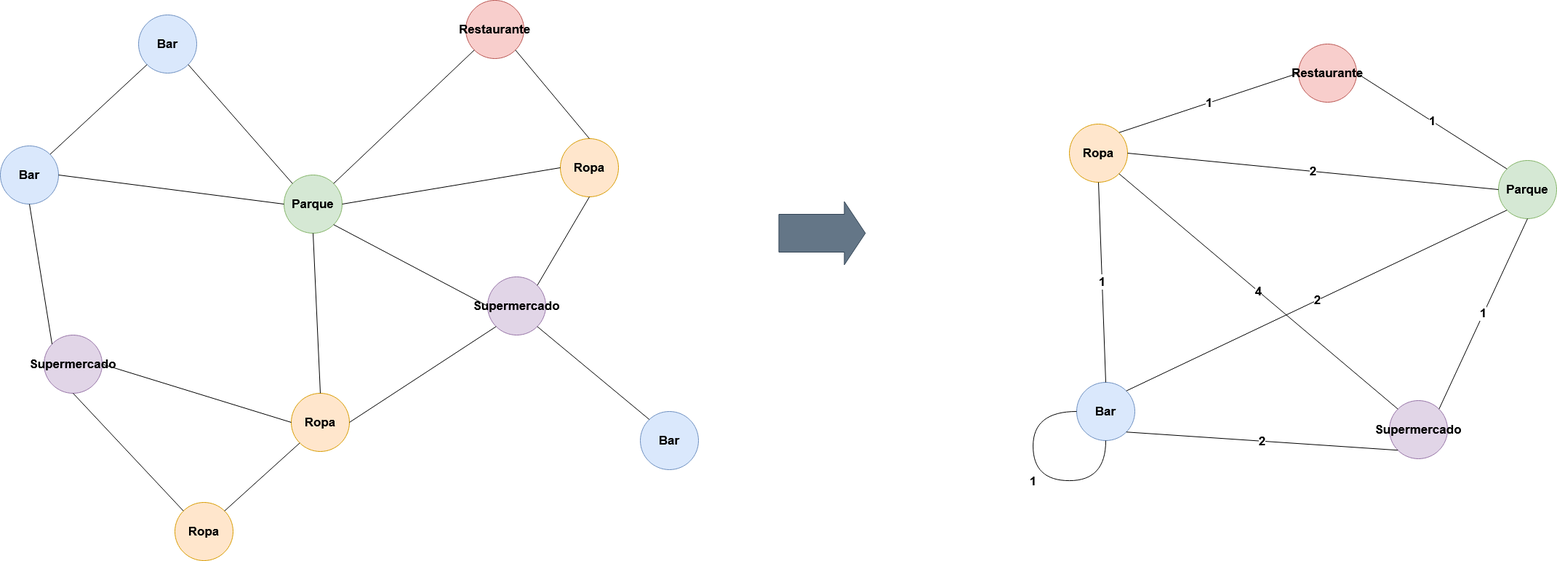
Before: memoria/img/CategoryNetwork.png, a diagram exported from draw.io (mariohu2001/TFG-Urban-Street-Mapping-Transfer). Source tidied: cells renumbered, new cells last; positions are measured from the earlier drawing's top-left corner, leaving out a move shared by most shapes.
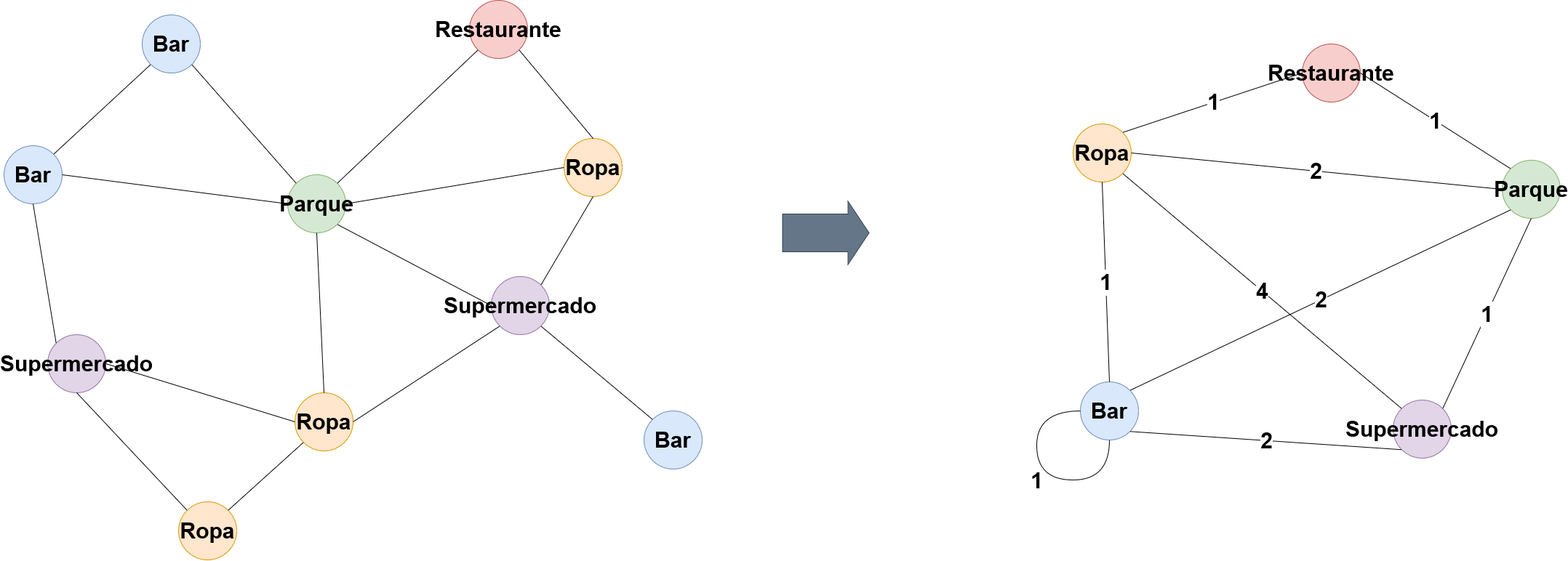
After the commit.

What changed in the source:
```diff
@@ -2,127 +2,127 @@
   <root>
     <mxCell id="0" />
     <mxCell id="1" parent="0" />
-    <mxCell id="2" style="shape=flexArrow;endArrow=classic;html=1;rounded=0;strokeWidth=1;arcSize=20;endSize=9.33;startSize=12;endWidth=34;width=52;fillColor=#647687;strokeColor=#314354;" parent="1" edge="1">
+    <mxCell id="2" style="shape=flexArrow;endArrow=classic;html=1;rounded=0;strokeWidth=1;arcSize=20;endSize=9.33;startSize=12;endWidth=34;width=52;fillColor=#647687;strokeColor=#314354;fontSize=30;" parent="1" edge="1">
       <mxGeometry relative="1" as="geometry">
         <mxPoint x="1070" y="320" as="sourcePoint" />
         <mxPoint x="1190" y="320" as="targetPoint" />
       </mxGeometry>
     </mxCell>
-    <mxCell id="3" value="Bar" style="ellipse;whiteSpace=wrap;html=1;fillColor=#dae8fc;strokeColor=#6c8ebf;fontStyle=1;fontSize=17;" parent="1" vertex="1">
+    <mxCell id="3" value="Bar" style="ellipse;whiteSpace=wrap;html=1;fillColor=#dae8fc;strokeColor=#6c8ebf;fontStyle=1;fontSize=30;" parent="1" vertex="1">
       <mxGeometry x="190" y="20" width="80" height="80" as="geometry" />
     </mxCell>
-    <mxCell id="4" style="rounded=0;jettySize=auto;html=1;exitX=1;exitY=0;exitDx=0;exitDy=0;entryX=0;entryY=1;entryDx=0;entryDy=0;endArrow=none;endFill=0;fontSize=17;fontStyle=1;" parent="1" edge="1" source="5" target="3">
+    <mxCell id="4" style="rounded=0;jettySize=auto;html=1;exitX=1;exitY=0;exitDx=0;exitDy=0;entryX=0;entryY=1;entryDx=0;entryDy=0;endArrow=none;endFill=0;fontSize=30;fontStyle=1;" parent="1" edge="1" source="5" target="3">
       <mxGeometry relative="1" as="geometry" />
     </mxCell>
-    <mxCell id="5" value="Bar" style="ellipse;whiteSpace=wrap;html=1;fillColor=#dae8fc;strokeColor=#6c8ebf;fontStyle=1;fontSize=17;" parent="1" vertex="1">
+    <mxCell id="5" value="Bar" style="ellipse;whiteSpace=wrap;html=1;fillColor=#dae8fc;strokeColor=#6c8ebf;fontStyle=1;fontSize=30;" parent="1" vertex="1">
       <mxGeometry y="200" width="80" height="80" as="geometry" />
     </mxCell>
-    <mxCell id="6" value="Supermercado" style="ellipse;whiteSpace=wrap;html=1;fillColor=#e1d5e7;strokeColor=#9673a6;fontStyle=1;fontSize=17;" parent="1" vertex="1">
+    <mxCell id="6" value="Supermercado" style="ellipse;whiteSpace=wrap;html=1;fillColor=#e1d5e7;strokeColor=#9673a6;fontStyle=1;fontSize=30;" parent="1" vertex="1">
       <mxGeometry x="60" y="460" width="80" height="80" as="geometry" />
     </mxCell>
-    <mxCell id="7" value="Ropa" style="ellipse;whiteSpace=wrap;html=1;fillColor=#ffe6cc;strokeColor=#d79b00;fontStyle=1;fontSize=17;" parent="1" vertex="1">
+    <mxCell id="7" value="Ropa" style="ellipse;whiteSpace=wrap;html=1;fillColor=#ffe6cc;strokeColor=#d79b00;fontStyle=1;fontSize=30;" parent="1" vertex="1">
       <mxGeometry x="400" y="540" width="80" height="80" as="geometry" />
     </mxCell>
-    <mxCell id="8" value="Ropa" style="ellipse;whiteSpace=wrap;html=1;fillColor=#ffe6cc;strokeColor=#d79b00;fontStyle=1;fontSize=17;" parent="1" vertex="1">
+    <mxCell id="8" value="Ropa" style="ellipse;whiteSpace=wrap;html=1;fillColor=#ffe6cc;strokeColor=#d79b00;fontStyle=1;fontSize=30;" parent="1" vertex="1">
       <mxGeometry x="240" y="690" width="80" height="80" as="geometry" />
     </mxCell>
-    <mxCell id="9" value="Supermercado" style="ellipse;whiteSpace=wrap;html=1;fillColor=#e1d5e7;strokeColor=#9673a6;fontStyle=1;fontSize=17;" parent="1" vertex="1">
+    <mxCell id="9" value="Supermercado" style="ellipse;whiteSpace=wrap;html=1;fillColor=#e1d5e7;strokeColor=#9673a6;fontStyle=1;fontSize=30;" parent="1" vertex="1">
       <mxGeometry x="670" y="380" width="80" height="80" as="geometry" />
     </mxCell>
-    <mxCell id="10" value="Bar" style="ellipse;whiteSpace=wrap;html=1;fillColor=#dae8fc;strokeColor=#6c8ebf;fontStyle=1;fontSize=17;" parent="1" vertex="1">
+    <mxCell id="10" value="Bar" style="ellipse;whiteSpace=wrap;html=1;fillColor=#dae8fc;strokeColor=#6c8ebf;fontStyle=1;fontSize=30;" parent="1" vertex="1">
       <mxGeometry x="880" y="565" width="80" height="80" as="geometry" />
     </mxCell>
-    <mxCell id="11" value="Parque" style="ellipse;whiteSpace=wrap;html=1;fillColor=#d5e8d4;strokeColor=#82b366;fontStyle=1;fontSize=17;" parent="1" vertex="1">
+    <mxCell id="11" value="Parque" style="ellipse;whiteSpace=wrap;html=1;fillColor=#d5e8d4;strokeColor=#82b366;fontStyle=1;fontSize=30;" parent="1" vertex="1">
       <mxGeometry x="390" y="240" width="80" height="80" as="geometry" />
     </mxCell>
-    <mxCell id="12" value="Restaurante" style="ellipse;whiteSpace=wrap;html=1;fillColor=#f8cecc;strokeColor=#b85450;fontStyle=1;fontSize=17;" parent="1" vertex="1">
+    <mxCell id="12" value="Restaurante" style="ellipse;whiteSpace=wrap;html=1;fillColor=#f8cecc;strokeColor=#b85450;fontStyle=1;fontSize=30;" parent="1" vertex="1">
       <mxGeometry x="640" width="80" height="80" as="geometry" />
     </mxCell>
-    <mxCell id="13" value="Ropa" style="ellipse;whiteSpace=wrap;html=1;fillColor=#ffe6cc;strokeColor=#d79b00;fontStyle=1;fontSize=17;" parent="1" vertex="1">
+    <mxCell id="13" value="Ropa" style="ellipse;whiteSpace=wrap;html=1;fillColor=#ffe6cc;strokeColor=#d79b00;fontStyle=1;fontSize=30;" parent="1" vertex="1">
       <mxGeometry x="770" y="190" width="80" height="80" as="geometry" />
     </mxCell>
-    <mxCell id="14" style="rounded=0;jettySize=auto;html=1;exitX=0;exitY=0;exitDx=0;exitDy=0;entryX=1;entryY=1;entryDx=0;entryDy=0;endArrow=none;endFill=0;fontSize=17;fontStyle=1;" parent="1" edge="1" source="11" target="3">
+    <mxCell id="14" style="rounded=0;jettySize=auto;html=1;exitX=0;exitY=0;exitDx=0;exitDy=0;entryX=1;entryY=1;entryDx=0;entryDy=0;endArrow=none;endFill=0;fontSize=30;fontStyle=1;" parent="1" edge="1" source="11" target="3">
       <mxGeometry relative="1" as="geometry" />
     </mxCell>
-    <mxCell id="15" style="rounded=0;jettySize=auto;html=1;exitX=1;exitY=0.5;exitDx=0;exitDy=0;entryX=0;entryY=0.5;entryDx=0;entryDy=0;endArrow=none;endFill=0;fontSize=17;fontStyle=1;" parent="1" edge="1" source="11" target="13">
+    <mxCell id="15" style="rounded=0;jettySize=auto;html=1;exitX=1;exitY=0.5;exitDx=0;exitDy=0;entryX=0;entryY=0.5;entryDx=0;entryDy=0;endArrow=none;endFill=0;fontSize=30;fontStyle=1;" parent="1" edge="1" source="11" target="13">
       <mxGeometry relative="1" as="geometry" />
     </mxCell>
-    <mxCell id="16" style="rounded=0;jettySize=auto;html=1;exitX=0.5;exitY=0;exitDx=0;exitDy=0;entryX=1;entryY=1;entryDx=0;entryDy=0;endArrow=none;endFill=0;fontSize=17;fontStyle=1;" parent="1" edge="1" source="13" target="12">
+    <mxCell id="16" style="rounded=0;jettySize=auto;html=1;exitX=0.5;exitY=0;exitDx=0;exitDy=0;entryX=1;entryY=1;entryDx=0;entryDy=0;endArrow=none;endFill=0;fontSize=30;fontStyle=1;" parent="1" edge="1" source="13" target="12">
       <mxGeometry relative="1" as="geometry" />
     </mxCell>
-    <mxCell id="17" style="rounded=0;jettySize=auto;html=1;exitX=1;exitY=0;exitDx=0;exitDy=0;entryX=0.5;entryY=1;entryDx=0;entryDy=0;endArrow=none;endFill=0;fontSize=17;fontStyle=1;" parent="1" edge="1" source="9" target="13">
+    <mxCell id="17" style="rounded=0;jettySize=auto;html=1;exitX=1;exitY=0;exitDx=0;exitDy=0;entryX=0.5;entryY=1;entryDx=0;entryDy=0;endArrow=none;endFill=0;fontSize=30;fontStyle=1;" parent="1" edge="1" source="9" target="13">
       <mxGeometry relative="1" as="geometry" />
     </mxCell>
-    <mxCell id="18" style="rounded=0;jettySize=auto;html=1;exitX=1;exitY=1;exitDx=0;exitDy=0;entryX=0;entryY=0.5;entryDx=0;entryDy=0;endArrow=none;endFill=0;fontSize=17;fontStyle=1;" parent="1" edge="1" source="11" target="9">
+    <mxCell id="18" style="rounded=0;jettySize=auto;html=1;exitX=1;exitY=1;exitDx=0;exitDy=0;entryX=0;entryY=0.5;entryDx=0;entryDy=0;endArrow=none;endFill=0;fontSize=30;fontStyle=1;" parent="1" edge="1" source="11" target="9">
       <mxGeometry relative="1" as="geometry" />
     </mxCell>
-    <mxCell id="19" style="rounded=0;jettySize=auto;html=1;exitX=1;exitY=1;exitDx=0;exitDy=0;entryX=0;entryY=0;entryDx=0;entryDy=0;endArrow=none;endFill=0;fontSize=17;fontStyle=1;" parent="1" edge="1" source="9" target="10">
+    <mxCell id="19" style="rounded=0;jettySize=auto;html=1;exitX=1;exitY=1;exitDx=0;exitDy=0;entryX=0;entryY=0;entryDx=0;entryDy=0;endArrow=none;endFill=0;fontSize=30;fontStyle=1;" parent="1" edge="1" source="9" target="10">
       <mxGeometry relative="1" as="geometry" />
     </mxCell>
-    <mxCell id="20" style="rounded=0;jettySize=auto;html=1;exitX=1;exitY=0.5;exitDx=0;exitDy=0;entryX=0;entryY=1;entryDx=0;entryDy=0;endArrow=none;endFill=0;fontSize=17;fontStyle=1;" parent="1" edge="1" source="7" target="9">
+    <mxCell id="20" style="rounded=0;jettySize=auto;html=1;exitX=1;exitY=0.5;exitDx=0;exitDy=0;entryX=0;entryY=1;entryDx=0;entryDy=0;endArrow=none;endFill=0;fontSize=30;fontStyle=1;" parent="1" edge="1" source="7" target="9">
       <mxGeometry relative="1" as="geometry" />
     </mxCell>
-    <mxCell id="21" style="rounded=0;jettySize=auto;html=1;entryX=0.5;entryY=0;entryDx=0;entryDy=0;endArrow=none;endFill=0;exitX=0.5;exitY=1;exitDx=0;exitDy=0;fontSize=17;fontStyle=1;" parent="1" edge="1" source="11" target="7">
+    <mxCell id="21" style="rounded=0;jettySize=auto;html=1;entryX=0.5;entryY=0;entryDx=0;entryDy=0;endArrow=none;endFill=0;exitX=0.5;exitY=1;exitDx=0;exitDy=0;fontSize=30;fontStyle=1;" parent="1" edge="1" source="11" target="7">
       <mxGeometry relative="1" as="geometry" />
     </mxCell>
-    <mxCell id="22" style="rounded=0;jettySize=auto;html=1;exitX=1;exitY=0;exitDx=0;exitDy=0;entryX=0;entryY=1;entryDx=0;entryDy=0;endArrow=none;endFill=0;fontSize=17;fontStyle=1;" parent="1" edge="1" source="8" target="7">
+    <mxCell id="22" style="rounded=0;jettySize=auto;html=1;exitX=1;exitY=0;exitDx=0;exitDy=0;entryX=0;entryY=1;entryDx=0;entryDy=0;endArrow=none;endFill=0;fontSize=30;fontStyle=1;" parent="1" edge="1" source="8" target="7">
       <mxGeometry relative="1" as="geometry" />
     </mxCell>
-    <mxCell id="23" style="rounded=0;jettySize=auto;html=1;exitX=1;exitY=0.5;exitDx=0;exitDy=0;entryX=0;entryY=0.5;entryDx=0;entryDy=0;endArrow=none;endFill=0;fontSize=17;fontStyle=1;" parent="1" edge="1" source="6" target="7">
+    <mxCell id="23" style="rounded=0;jettySize=auto;html=1;exitX=1;exitY=0.5;exitDx=0;exitDy=0;entryX=0;entryY=0.5;entryDx=0;entryDy=0;endArrow=none;endFill=0;fontSize=30;fontStyle=1;" parent="1" edge="1" source="6" target="7">
       <mxGeometry relative="1" as="geometry" />
     </mxCell>
-    <mxCell id="24" style="rounded=0;jettySize=auto;html=1;exitX=1;exitY=0.5;exitDx=0;exitDy=0;entryX=0;entryY=0.5;entryDx=0;entryDy=0;endArrow=none;endFill=0;fontSize=17;fontStyle=1;" parent="1" edge="1" source="5" target="11">
+    <mxCell id="24" style="rounded=0;jettySize=auto;html=1;exitX=1;exitY=0.5;exitDx=0;exitDy=0;entryX=0;entryY=0.5;entryDx=0;entryDy=0;endArrow=none;endFill=0;fontSize=30;fontStyle=1;" parent="1" edge="1" source="5" target="11">
       <mxGeometry relative="1" as="geometry" />
     </mxCell>
-    <mxCell id="25" style="rounded=0;jettySize=auto;html=1;exitX=0.5;exitY=1;exitDx=0;exitDy=0;entryX=0;entryY=0;entryDx=0;entryDy=0;endArrow=none;endFill=0;fontSize=17;fontStyle=1;" parent="1" edge="1" source="5" target="6">
+    <mxCell id="25" style="rounded=0;jettySize=auto;html=1;exitX=0.5;exitY=1;exitDx=0;exitDy=0;entryX=0;entryY=0;entryDx=0;entryDy=0;endArrow=none;endFill=0;fontSize=30;fontStyle=1;" parent="1" edge="1" source="5" target="6">
       <mxGeometry relative="1" as="geometry" />
     </mxCell>
-    <mxCell id="26" style="rounded=0;jettySize=auto;html=1;exitX=0.5;exitY=1;exitDx=0;exitDy=0;entryX=0;entryY=0;entryDx=0;entryDy=0;endArrow=none;endFill=0;fontSize=17;fontStyle=1;" parent="1" edge="1" source="6" target="8">
+    <mxCell id="26" style="rounded=0;jettySize=auto;html=1;exitX=0.5;exitY=1;exitDx=0;exitDy=0;entryX=0;entryY=0;entryDx=0;entryDy=0;endArrow=none;endFill=0;fontSize=30;fontStyle=1;" parent="1" edge="1" source="6" target="8">
       <mxGeometry relative="1" as="geometry" />
     </mxCell>
-    <mxCell id="27" style="rounded=0;jettySize=auto;html=1;entryX=0;entryY=1;entryDx=0;entryDy=0;endArrow=none;endFill=0;exitX=1;exitY=0;exitDx=0;exitDy=0;fontSize=17;fontStyle=1;" parent="1" edge="1" source="11" target="12">
+    <mxCell id="27" style="rounded=0;jettySize=auto;html=1;entryX=0;entryY=1;entryDx=0;entryDy=0;endArrow=none;endFill=0;exitX=1;exitY=0;exitDx=0;exitDy=0;fontSize=30;fontStyle=1;" parent="1" edge="1" source="11" target="12">
       <mxGeometry relative="1" as="geometry" />
     </mxCell>
-    <mxCell id="28" value="Bar" style="ellipse;whiteSpace=wrap;html=1;fillColor=#dae8fc;strokeColor=#6c8ebf;fontStyle=1;fontSize=17;" parent="1" vertex="1">
+    <mxCell id="28" value="Bar" style="ellipse;whiteSpace=wrap;html=1;fillColor=#dae8fc;strokeColor=#6c8ebf;fontStyle=1;fontSize=30;" parent="1" vertex="1">
       <mxGeometry x="1480" y="525" width="80" height="80" as="geometry" />
     </mxCell>
-    <mxCell id="29" value="Supermercado" style="ellipse;whiteSpace=wrap;html=1;fillColor=#e1d5e7;strokeColor=#9673a6;fontStyle=1;fontSize=17;" parent="1" vertex="1">
+    <mxCell id="29" value="Supermercado" style="ellipse;whiteSpace=wrap;html=1;fillColor=#e1d5e7;strokeColor=#9673a6;fontStyle=1;fontSize=30;" parent="1" vertex="1">
       <mxGeometry x="1910" y="550" width="80" height="80" as="geometry" />
     </mxCell>
-    <mxCell id="30" value="Ropa" style="ellipse;whiteSpace=wrap;html=1;fillColor=#ffe6cc;strokeColor=#d79b00;fontStyle=1;fontSize=17;" parent="1" vertex="1">
+    <mxCell id="30" value="Ropa" style="ellipse;whiteSpace=wrap;html=1;fillColor=#ffe6cc;strokeColor=#d79b00;fontStyle=1;fontSize=30;" parent="1" vertex="1">
       <mxGeometry x="1470" y="170" width="80" height="80" as="geometry" />
     </mxCell>
-    <mxCell id="31" value="Parque" style="ellipse;whiteSpace=wrap;html=1;fillColor=#d5e8d4;strokeColor=#82b366;fontStyle=1;fontSize=17;" parent="1" vertex="1">
+    <mxCell id="31" value="Parque" style="ellipse;whiteSpace=wrap;html=1;fillColor=#d5e8d4;strokeColor=#82b366;fontStyle=1;fontSize=30;" parent="1" vertex="1">
       <mxGeometry x="2060" y="220" width="80" height="80" as="geometry" />
     </mxCell>
-    <mxCell id="32" value="Restaurante" style="ellipse;whiteSpace=wrap;html=1;fillColor=#f8cecc;strokeColor=#b85450;fontStyle=1;fontSize=17;" parent="1" vertex="1">
+    <mxCell id="32" value="Restaurante" style="ellipse;whiteSpace=wrap;html=1;fillColor=#f8cecc;strokeColor=#b85450;fontStyle=1;fontSize=30;" parent="1" vertex="1">
       <mxGeometry x="1785" y="60" width="80" height="80" as="geometry" />
     </mxCell>
-    <mxCell id="33" value="1" style="rounded=0;jettySize=auto;html=1;exitX=0;exitY=0.5;exitDx=0;exitDy=0;entryX=1;entryY=0;entryDx=0;entryDy=0;endArrow=none;endFill=0;fontSize=17;fontStyle=1;" parent="1" edge="1" source="32" target="30">
+    <mxCell id="33" value="1" style="rounded=0;jettySize=auto;html=1;exitX=0;exitY=0.5;exitDx=0;exitDy=0;entryX=1;entryY=0;entryDx=0;entryDy=0;endArrow=none;endFill=0;fontSize=30;fontStyle=1;" parent="1" edge="1" source="32" target="30">
       <mxGeometry relative="1" as="geometry" />
     </mxCell>
-    <mxCell id="34" value="1" style="rounded=0;jettySize=auto;html=1;exitX=0.5;exitY=0;exitDx=0;exitDy=0;entryX=0.5;entryY=1;entryDx=0;entryDy=0;endArrow=none;endFill=0;fontSize=17;fontStyle=1;" parent="1" edge="1" source="28" target="30">
+    <mxCell id="34" value="1" style="rounded=0;jettySize=auto;html=1;exitX=0.5;exitY=0;exitDx=0;exitDy=0;entryX=0.5;entryY=1;entryDx=0;entryDy=0;endArrow=none;endFill=0;fontSize=30;fontStyle=1;" parent="1" edge="1" source="28" target="30">
       <mxGeometry relative="1" as="geometry" />
     </mxCell>
-    <mxCell id="35" value="1" style="rounded=0;jettySize=auto;html=1;exitX=0;exitY=0;exitDx=0;exitDy=0;entryX=1;entryY=0.5;entryDx=0;entryDy=0;endArrow=none;endFill=0;fontSize=17;fontStyle=1;" parent="1" edge="1" source="31" target="32">
+    <mxCell id="35" value="1" style="rounded=0;jettySize=auto;html=1;exitX=0;exitY=0;exitDx=0;exitDy=0;entryX=1;entryY=0.5;entryDx=0;entryDy=0;endArrow=none;endFill=0;fontSize=30;fontStyle=1;" parent="1" edge="1" source="31" target="32">
       <mxGeometry relative="1" as="geometry" />
     </mxCell>
-    <mxCell id="36" value="2" style="rounded=0;jettySize=auto;html=1;exitX=0;exitY=0.5;exitDx=0;exitDy=0;entryX=1;entryY=0.5;entryDx=0;entryDy=0;endArrow=none;endFill=0;fontSize=17;fontStyle=1;" parent="1" edge="1" source="31" target="30">
+    <mxCell id="36" value="2" style="rounded=0;jettySize=auto;html=1;exitX=0;exitY=0.5;exitDx=0;exitDy=0;entryX=1;entryY=0.5;entryDx=0;entryDy=0;endArrow=none;endFill=0;fontSize=30;fontStyle=1;" parent="1" edge="1" source="31" target="30">
       <mxGeometry relative="1" as="geometry" />
     </mxCell>
-    <mxCell id="37" value="1" style="rounded=0;jettySize=auto;html=1;exitX=0.5;exitY=1;exitDx=0;exitDy=0;entryX=1;entryY=0;entryDx=0;entryDy=0;endArrow=none;endFill=0;fontSize=17;fontStyle=1;labelBackgroundColor=default;" parent="1" edge="1" source="31" target="29">
+    <mxCell id="37" value="1" style="rounded=0;jettySize=auto;html=1;exitX=0.5;exitY=1;exitDx=0;exitDy=0;entryX=1;entryY=0;entryDx=0;entryDy=0;endArrow=none;endFill=0;fontSize=30;fontStyle=1;labelBackgroundColor=default;" parent="1" edge="1" source="31" target="29">
       <mxGeometry relative="1" as="geometry" />
     </mxCell>
-    <mxCell id="38" value="2" style="rounded=0;jettySize=auto;html=1;exitX=0;exitY=1;exitDx=0;exitDy=0;entryX=1;entryY=1;entryDx=0;entryDy=0;endArrow=none;endFill=0;fontSize=17;fontStyle=1;" parent="1" edge="1" source="29" target="28">
+    <mxCell id="38" value="2" style="rounded=0;jettySize=auto;html=1;exitX=0;exitY=1;exitDx=0;exitDy=0;entryX=1;entryY=1;entryDx=0;entryDy=0;endArrow=none;endFill=0;fontSize=30;fontStyle=1;" parent="1" edge="1" source="29" target="28">
       <mxGeometry relative="1" as="geometry" />
     </mxCell>
-    <mxCell id="39" value="4" style="rounded=0;jettySize=auto;html=1;exitX=0;exitY=0;exitDx=0;exitDy=0;entryX=1;entryY=1;entryDx=0;entryDy=0;endArrow=none;endFill=0;fontSize=17;fontStyle=1;" parent="1" edge="1" source="29" target="30">
+    <mxCell id="39" value="4" style="rounded=0;jettySize=auto;html=1;exitX=0;exitY=0;exitDx=0;exitDy=0;entryX=1;entryY=1;entryDx=0;entryDy=0;endArrow=none;endFill=0;fontSize=30;fontStyle=1;" parent="1" edge="1" source="29" target="30">
       <mxGeometry relative="1" as="geometry" />
     </mxCell>
-    <mxCell id="40" value="2" style="rounded=0;jettySize=auto;html=1;exitX=0;exitY=1;exitDx=0;exitDy=0;entryX=1;entryY=0;entryDx=0;entryDy=0;endArrow=none;endFill=0;fontSize=17;fontStyle=1;" parent="1" edge="1" source="31" target="28">
+    <mxCell id="40" value="2" style="rounded=0;jettySize=auto;html=1;exitX=0;exitY=1;exitDx=0;exitDy=0;entryX=1;entryY=0;entryDx=0;entryDy=0;endArrow=none;endFill=0;fontSize=30;fontStyle=1;" parent="1" edge="1" source="31" target="28">
       <mxGeometry relative="1" as="geometry" />
     </mxCell>
-    <mxCell id="41" value="1" style="edgeStyle=orthogonalEdgeStyle;rounded=0;orthogonalLoop=1;jettySize=auto;html=1;exitX=0.5;exitY=1;exitDx=0;exitDy=0;entryX=0;entryY=0.5;entryDx=0;entryDy=0;endArrow=none;endFill=0;curved=1;fontStyle=1;fontSize=17;" parent="1" edge="1" source="28" target="28">
+    <mxCell id="41" value="1" style="edgeStyle=orthogonalEdgeStyle;rounded=0;orthogonalLoop=1;jettySize=auto;html=1;exitX=0.5;exitY=1;exitDx=0;exitDy=0;entryX=0;entryY=0.5;entryDx=0;entryDy=0;endArrow=none;endFill=0;curved=1;fontStyle=1;fontSize=30;" parent="1" edge="1" source="28" target="28">
       <mxGeometry relative="1" as="geometry">
         <Array as="points">
           <mxPoint x="1520" y="660" />
```
